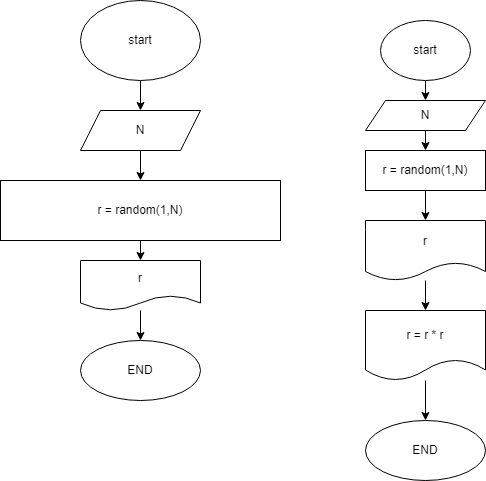
Before: ex002.drawio.png, a diagram exported from draw.io (EvgeniyGagen/practice_temp). Source tidied: cells renumbered, new cells last; positions are measured from the earlier drawing's top-left corner, leaving out a move shared by most shapes.
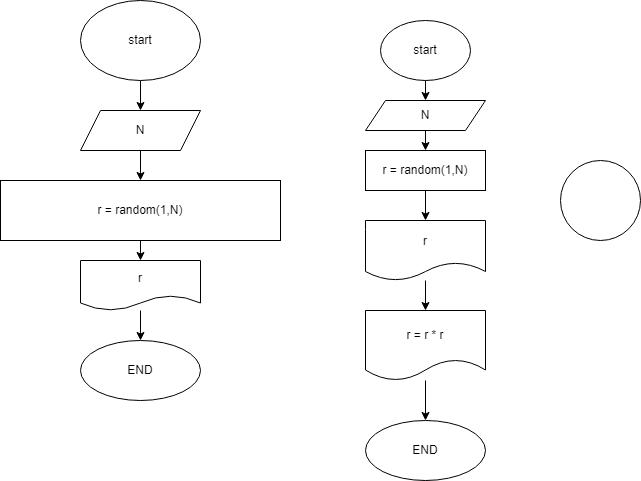
After the change.

What changed in the source:
```diff
@@ -62,5 +62,8 @@
     <mxCell id="21" value="END" style="ellipse;whiteSpace=wrap;html=1;" parent="1" vertex="1">
       <mxGeometry x="365" y="420" width="120" height="60" as="geometry" />
     </mxCell>
+    <mxCell id="22" style="ellipse;whiteSpace=wrap;html=1;" parent="1" vertex="1">
+      <mxGeometry x="560" y="160" width="80" height="80" as="geometry" />
+    </mxCell>
   </root>
 </mxGraphModel>
```
